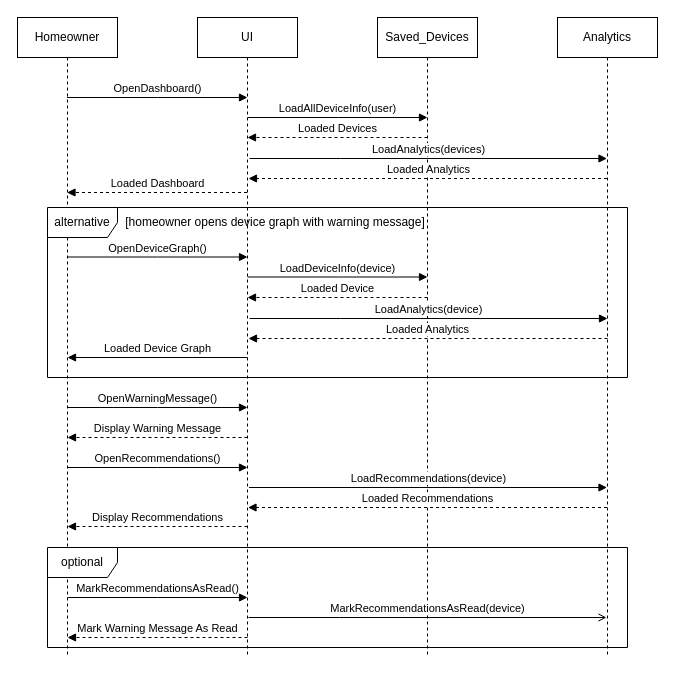
This is 3_2_SequenceDiagram.drawio from uvic-teach/project-m1-team15, a draw.io file, before an edit. Source tidied: cells renumbered, new cells numbered last; positions are measured from the earlier drawing's top-left corner, leaving out a move shared by most shapes. Both pictures are drawn from the tidied source at 100%, with x=0, y=0 at pixel (17, 17).
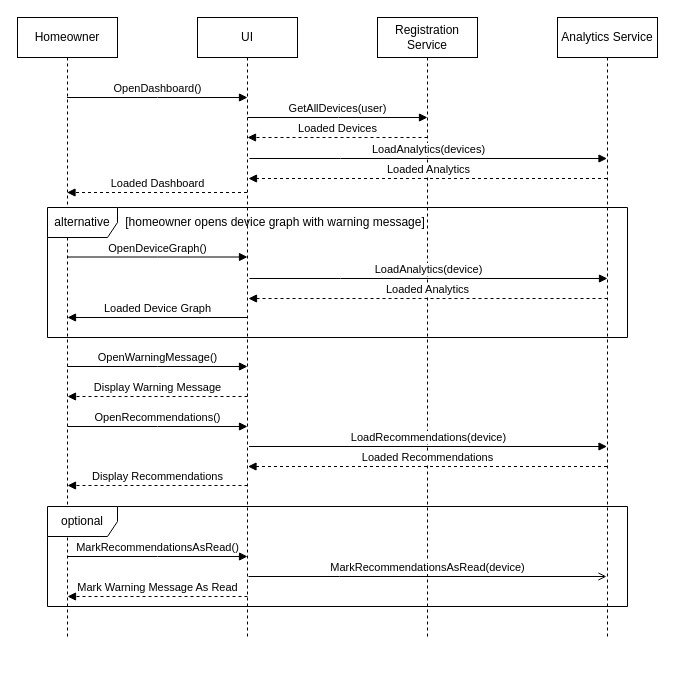
The same diagram, later.

Diff of the diagram source:
```diff
@@
     <mxCell id="2" value="Homeowner" style="shape=umlLifeline;perimeter=lifelinePerimeter;whiteSpace=wrap;html=1;outlineConnect=0;portConstraint=eastwest;newEdgeStyle={&quot;edgeStyle&quot;:&quot;elbowEdgeStyle&quot;,&quot;elbow&quot;:&quot;vertical&quot;,&quot;curved&quot;:0,&quot;rounded&quot;:0};" parent="1" vertex="1">
-      <mxGeometry width="100" height="640" as="geometry" />
+      <mxGeometry width="100" height="620" as="geometry" />
     </mxCell>
     <mxCell id="3" value="UI" style="shape=umlLifeline;perimeter=lifelinePerimeter;whiteSpace=wrap;html=1;newEdgeStyle={&quot;edgeStyle&quot;:&quot;elbowEdgeStyle&quot;,&quot;elbow&quot;:&quot;vertical&quot;,&quot;curved&quot;:0,&quot;rounded&quot;:0};" parent="1" vertex="1">
-      <mxGeometry x="180" width="100" height="640" as="geometry" />
+      <mxGeometry x="180" width="100" height="620" as="geometry" />
     </mxCell>
@@
-    <mxCell id="6" value="Saved_Devices" style="shape=umlLifeline;perimeter=lifelinePerimeter;whiteSpace=wrap;html=1;newEdgeStyle={&quot;edgeStyle&quot;:&quot;elbowEdgeStyle&quot;,&quot;elbow&quot;:&quot;vertical&quot;,&quot;curved&quot;:0,&quot;rounded&quot;:0};" parent="1" vertex="1">
-      <mxGeometry x="360" width="100" height="640" as="geometry" />
+    <mxCell id="6" value="Registration Service" style="shape=umlLifeline;perimeter=lifelinePerimeter;whiteSpace=wrap;html=1;newEdgeStyle={&quot;edgeStyle&quot;:&quot;elbowEdgeStyle&quot;,&quot;elbow&quot;:&quot;vertical&quot;,&quot;curved&quot;:0,&quot;rounded&quot;:0};" parent="1" vertex="1">
+      <mxGeometry x="360" width="100" height="620" as="geometry" />
     </mxCell>
-    <mxCell id="7" value="Analytics" style="shape=umlLifeline;perimeter=lifelinePerimeter;whiteSpace=wrap;html=1;outlineConnect=0;portConstraint=eastwest;newEdgeStyle={&quot;edgeStyle&quot;:&quot;elbowEdgeStyle&quot;,&quot;elbow&quot;:&quot;vertical&quot;,&quot;curved&quot;:0,&quot;rounded&quot;:0};" parent="1" vertex="1">
-      <mxGeometry x="540" width="100" height="640" as="geometry" />
+    <mxCell id="7" value="Analytics Service" style="shape=umlLifeline;perimeter=lifelinePerimeter;whiteSpace=wrap;html=1;outlineConnect=0;portConstraint=eastwest;newEdgeStyle={&quot;edgeStyle&quot;:&quot;elbowEdgeStyle&quot;,&quot;elbow&quot;:&quot;vertical&quot;,&quot;curved&quot;:0,&quot;rounded&quot;:0};" parent="1" vertex="1">
+      <mxGeometry x="540" width="100" height="620" as="geometry" />
     </mxCell>
-    <mxCell id="8" value="LoadAllDeviceInfo(user)" style="html=1;verticalAlign=bottom;endArrow=block;edgeStyle=elbowEdgeStyle;elbow=vertical;curved=0;rounded=0;" parent="1" edge="1">
+    <mxCell id="8" value="GetAllDevices(user)" style="html=1;verticalAlign=bottom;endArrow=block;edgeStyle=elbowEdgeStyle;elbow=vertical;curved=0;rounded=0;" parent="1" edge="1">
       <mxGeometry relative="1" as="geometry">
         <mxPoint x="230" y="100" as="sourcePoint" />
         <mxPoint x="410" y="100" as="targetPoint" />
         <Array as="points">
           <mxPoint x="321" y="100" />
         </Array>
       </mxGeometry>
     </mxCell>
@@
     <mxCell id="12" value="alternative" style="shape=umlFrame;whiteSpace=wrap;html=1;width=70;height=30;" parent="1" vertex="1">
-      <mxGeometry x="30" y="190" width="580" height="170" as="geometry" />
+      <mxGeometry x="30" y="190" width="580" height="130" as="geometry" />
     </mxCell>
@@
-    <mxCell id="15" value="LoadDeviceInfo(device)" style="html=1;verticalAlign=bottom;endArrow=block;edgeStyle=elbowEdgeStyle;elbow=vertical;curved=0;rounded=0;" parent="1" edge="1">
-      <mxGeometry relative="1" as="geometry">
-        <mxPoint x="230" y="259.5" as="sourcePoint" />
-        <mxPoint x="410" y="259.5" as="targetPoint" />
-        <Array as="points">
-          <mxPoint x="321" y="259.5" />
-        </Array>
-      </mxGeometry>
-    </mxCell>
-    <mxCell id="16" value="Loaded Device" style="html=1;verticalAlign=bottom;endArrow=block;edgeStyle=elbowEdgeStyle;elbow=vertical;curved=0;rounded=0;dashed=1;" parent="1" edge="1">
-      <mxGeometry relative="1" as="geometry">
-        <mxPoint x="410" y="280" as="sourcePoint" />
-        <mxPoint x="230" y="280" as="targetPoint" />
-        <Array as="points">
-          <mxPoint x="330.5" y="280" />
-        </Array>
-      </mxGeometry>
-    </mxCell>
     <mxCell id="17" value="LoadAnalytics(device)" style="html=1;verticalAlign=bottom;endArrow=block;edgeStyle=elbowEdgeStyle;elbow=vertical;curved=0;rounded=0;" parent="1" edge="1">
       <mxGeometry relative="1" as="geometry">
-        <mxPoint x="232" y="301" as="sourcePoint" />
-        <mxPoint x="590" y="301" as="targetPoint" />
+        <mxPoint x="232" y="261" as="sourcePoint" />
+        <mxPoint x="590" y="261" as="targetPoint" />
         <Array as="points">
-          <mxPoint x="323" y="301" />
+          <mxPoint x="323" y="261" />
         </Array>
       </mxGeometry>
     </mxCell>
     <mxCell id="18" value="Loaded Analytics" style="html=1;verticalAlign=bottom;endArrow=block;edgeStyle=elbowEdgeStyle;elbow=vertical;curved=0;rounded=0;dashed=1;" parent="1" edge="1">
       <mxGeometry relative="1" as="geometry">
-        <mxPoint x="590" y="321" as="sourcePoint" />
-        <mxPoint x="231" y="321" as="targetPoint" />
+        <mxPoint x="590" y="281" as="sourcePoint" />
+        <mxPoint x="231" y="281" as="targetPoint" />
         <Array as="points">
-          <mxPoint x="331.5" y="321" />
+          <mxPoint x="331.5" y="281" />
         </Array>
       </mxGeometry>
     </mxCell>
     <mxCell id="19" value="Loaded Device Graph" style="html=1;verticalAlign=bottom;endArrow=block;edgeStyle=elbowEdgeStyle;elbow=vertical;curved=0;rounded=0;" parent="1" edge="1">
       <mxGeometry relative="1" as="geometry">
-        <mxPoint x="230" y="340" as="sourcePoint" />
-        <mxPoint x="50" y="340" as="targetPoint" />
+        <mxPoint x="230" y="300" as="sourcePoint" />
+        <mxPoint x="50" y="300" as="targetPoint" />
         <Array as="points">
-          <mxPoint x="150.5" y="340" />
+          <mxPoint x="150.5" y="300" />
         </Array>
       </mxGeometry>
     </mxCell>
     <mxCell id="20" value="OpenWarningMessage()" style="html=1;verticalAlign=bottom;endArrow=block;edgeStyle=elbowEdgeStyle;elbow=vertical;curved=0;rounded=0;" parent="1" edge="1">
       <mxGeometry relative="1" as="geometry">
-        <mxPoint x="50" y="390" as="sourcePoint" />
-        <mxPoint x="230" y="390" as="targetPoint" />
+        <mxPoint x="50" y="349" as="sourcePoint" />
+        <mxPoint x="230" y="349" as="targetPoint" />
         <Array as="points">
-          <mxPoint x="140" y="390" />
+          <mxPoint x="140" y="349" />
         </Array>
       </mxGeometry>
     </mxCell>
     <mxCell id="21" value="Display Warning Message" style="html=1;verticalAlign=bottom;endArrow=block;edgeStyle=elbowEdgeStyle;elbow=vertical;curved=0;rounded=0;dashed=1;" parent="1" edge="1">
       <mxGeometry relative="1" as="geometry">
-        <mxPoint x="230" y="420" as="sourcePoint" />
-        <mxPoint x="50" y="420" as="targetPoint" />
+        <mxPoint x="230" y="379" as="sourcePoint" />
+        <mxPoint x="50" y="379" as="targetPoint" />
         <Array as="points">
-          <mxPoint x="150.5" y="420" />
+          <mxPoint x="150.5" y="379" />
         </Array>
       </mxGeometry>
     </mxCell>
     <mxCell id="22" value="OpenRecommendations()" style="html=1;verticalAlign=bottom;endArrow=block;edgeStyle=elbowEdgeStyle;elbow=vertical;curved=0;rounded=0;" parent="1" edge="1">
       <mxGeometry relative="1" as="geometry">
-        <mxPoint x="50" y="450" as="sourcePoint" />
-        <mxPoint x="230" y="450" as="targetPoint" />
+        <mxPoint x="50" y="409" as="sourcePoint" />
+        <mxPoint x="230" y="409" as="targetPoint" />
         <Array as="points">
-          <mxPoint x="140" y="450" />
+          <mxPoint x="140" y="409" />
         </Array>
       </mxGeometry>
     </mxCell>
     <mxCell id="23" value="LoadRecommendations(device)" style="html=1;verticalAlign=bottom;endArrow=block;edgeStyle=elbowEdgeStyle;elbow=vertical;curved=0;rounded=0;" parent="1" edge="1">
       <mxGeometry relative="1" as="geometry">
-        <mxPoint x="231.5" y="470" as="sourcePoint" />
-        <mxPoint x="589.5" y="470" as="targetPoint" />
+        <mxPoint x="231.5" y="429" as="sourcePoint" />
+        <mxPoint x="589.5" y="429" as="targetPoint" />
         <Array as="points">
-          <mxPoint x="322.5" y="470" />
+          <mxPoint x="322.5" y="429" />
         </Array>
       </mxGeometry>
     </mxCell>
     <mxCell id="24" value="Loaded Recommendations" style="html=1;verticalAlign=bottom;endArrow=block;edgeStyle=elbowEdgeStyle;elbow=vertical;curved=0;rounded=0;dashed=1;" parent="1" edge="1">
       <mxGeometry relative="1" as="geometry">
-        <mxPoint x="589.5" y="490" as="sourcePoint" />
-        <mxPoint x="230.5" y="490" as="targetPoint" />
+        <mxPoint x="589.5" y="449" as="sourcePoint" />
+        <mxPoint x="230.5" y="449" as="targetPoint" />
         <Array as="points">
-          <mxPoint x="331" y="490" />
+          <mxPoint x="331" y="449" />
         </Array>
       </mxGeometry>
     </mxCell>
     <mxCell id="25" value="Display Recommendations" style="html=1;verticalAlign=bottom;endArrow=block;edgeStyle=elbowEdgeStyle;elbow=vertical;curved=0;rounded=0;dashed=1;" parent="1" edge="1">
       <mxGeometry relative="1" as="geometry">
-        <mxPoint x="230" y="509" as="sourcePoint" />
-        <mxPoint x="50" y="509" as="targetPoint" />
+        <mxPoint x="230" y="468" as="sourcePoint" />
+        <mxPoint x="50" y="468" as="targetPoint" />
         <Array as="points">
-          <mxPoint x="150.5" y="509" />
+          <mxPoint x="150.5" y="468" />
         </Array>
       </mxGeometry>
     </mxCell>
     <mxCell id="26" value="optional" style="shape=umlFrame;whiteSpace=wrap;html=1;width=70;height=30;" parent="1" vertex="1">
-      <mxGeometry x="30" y="530" width="580" height="100" as="geometry" />
+      <mxGeometry x="30" y="489" width="580" height="100" as="geometry" />
     </mxCell>
     <mxCell id="27" value="MarkRecommendationsAsRead()" style="html=1;verticalAlign=bottom;endArrow=block;edgeStyle=elbowEdgeStyle;elbow=vertical;curved=0;rounded=0;endFill=1;" parent="1" edge="1">
       <mxGeometry relative="1" as="geometry">
-        <mxPoint x="50" y="580" as="sourcePoint" />
-        <mxPoint x="230" y="580" as="targetPoint" />
+        <mxPoint x="50" y="539" as="sourcePoint" />
+        <mxPoint x="230" y="539" as="targetPoint" />
         <Array as="points">
-          <mxPoint x="140" y="580" />
+          <mxPoint x="140" y="539" />
         </Array>
       </mxGeometry>
     </mxCell>
     <mxCell id="28" value="MarkRecommendationsAsRead(device)" style="html=1;verticalAlign=bottom;endArrow=open;edgeStyle=elbowEdgeStyle;elbow=vertical;curved=0;rounded=0;endFill=0;" parent="1" edge="1">
       <mxGeometry relative="1" as="geometry">
-        <mxPoint x="231" y="600" as="sourcePoint" />
-        <mxPoint x="589" y="600" as="targetPoint" />
+        <mxPoint x="231" y="559" as="sourcePoint" />
+        <mxPoint x="589" y="559" as="targetPoint" />
         <Array as="points">
-          <mxPoint x="322" y="600" />
+          <mxPoint x="322" y="559" />
         </Array>
       </mxGeometry>
     </mxCell>
     <mxCell id="29" value="Mark Warning Message As Read" style="html=1;verticalAlign=bottom;endArrow=block;edgeStyle=elbowEdgeStyle;elbow=vertical;curved=0;rounded=0;dashed=1;" parent="1" edge="1">
       <mxGeometry relative="1" as="geometry">
-        <mxPoint x="230" y="620" as="sourcePoint" />
-        <mxPoint x="50" y="620" as="targetPoint" />
+        <mxPoint x="230" y="579" as="sourcePoint" />
+        <mxPoint x="50" y="579" as="targetPoint" />
         <Array as="points">
-          <mxPoint x="150.5" y="620" />
+          <mxPoint x="150.5" y="579" />
         </Array>
       </mxGeometry>
     </mxCell>
```
